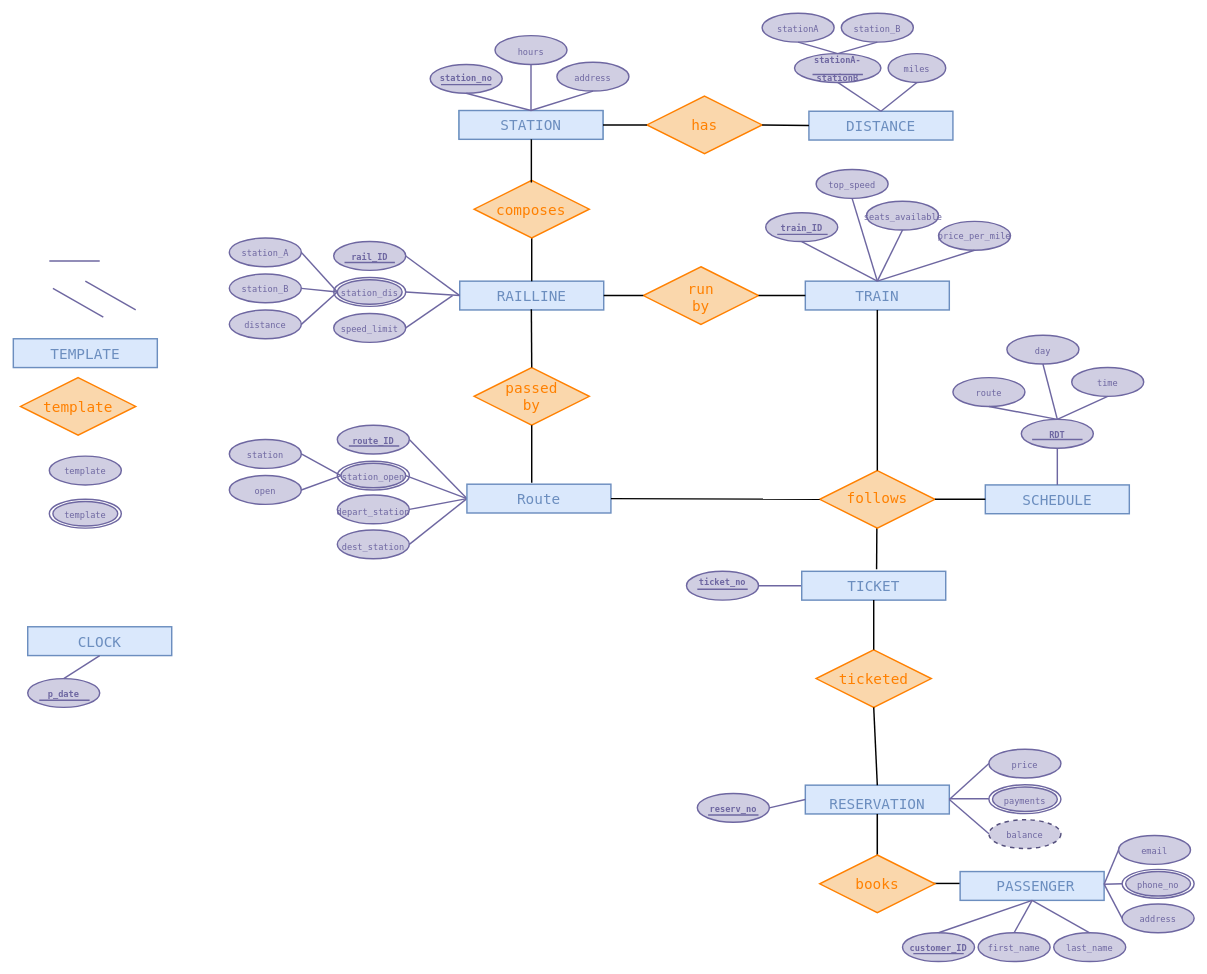
Earlier version of the draw.io diagram CostaExpress.drawio (anamok/TrainsDatabase). Source tidied: cells renumbered, new cells numbered last; positions are measured from the earlier drawing's top-left corner, leaving out a move shared by most shapes. Both pictures are drawn from the tidied source at 72%, with x=0, y=0 at pixel (13, 13).
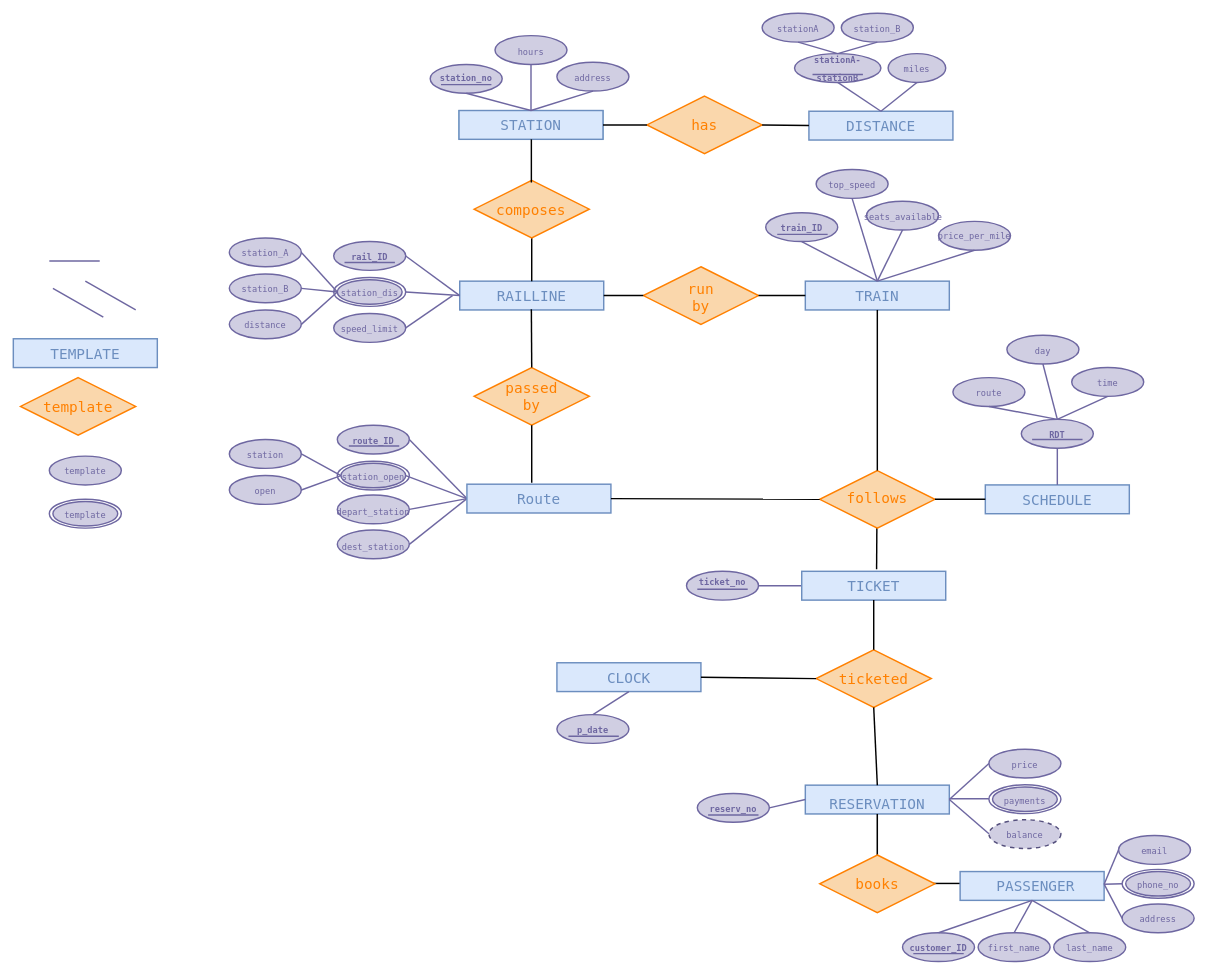
After the change.

Commit message:
brought CLOCK into the scene

The change refers to these unchanged cells:
```xml
<mxCell id="198" style="rhombus;whiteSpace=wrap;html=1;fontFamily=Lucida Console;fontSize=20;strokeWidth=2;fillColor=#fad7ac;strokeColor=#FF8000;fontStyle=1;" parent="1" vertex="1">
  <mxGeometry x="1115" y="884" width="160" height="80" as="geometry" />
</mxCell>
```

What changed in the source:
```diff
@@
     <mxCell id="122" style="rounded=0;whiteSpace=wrap;html=1;fillColor=#dae8fc;strokeColor=#6c8ebf;strokeWidth=2;" parent="1" vertex="1">
-      <mxGeometry x="20" y="852" width="200" height="40" as="geometry" />
+      <mxGeometry x="755" y="902" width="200" height="40" as="geometry" />
     </mxCell>
     <mxCell id="123" value="&lt;font style=&quot;font-size: 20px&quot; face=&quot;Lucida Console&quot; color=&quot;#6C8EBF&quot;&gt;CLOCK&lt;/font&gt;" style="text;html=1;strokeColor=none;fillColor=none;align=center;verticalAlign=middle;whiteSpace=wrap;rounded=0;" parent="1" vertex="1">
-      <mxGeometry x="90" y="857" width="60" height="30" as="geometry" />
+      <mxGeometry x="825" y="907" width="60" height="30" as="geometry" />
     </mxCell>
     <mxCell id="124" style="ellipse;whiteSpace=wrap;html=1;fontFamily=Lucida Console;fontSize=20;strokeColor=#6E67A1;strokeWidth=2;fillColor=#d0cee2;" parent="1" vertex="1">
-      <mxGeometry x="20" y="924" width="100" height="40" as="geometry" />
+      <mxGeometry x="755" y="974" width="100" height="40" as="geometry" />
     </mxCell>
     <mxCell id="125" value="&lt;b&gt;&lt;font style=&quot;font-size: 12px&quot; color=&quot;#6E67A1&quot;&gt;p_date&lt;/font&gt;&lt;/b&gt;" style="text;html=1;strokeColor=none;fillColor=none;align=center;verticalAlign=middle;whiteSpace=wrap;rounded=0;fontFamily=Lucida Console;fontSize=20;fontColor=#FF8000;" parent="1" vertex="1">
-      <mxGeometry x="40" y="936" width="60" height="12" as="geometry" />
+      <mxGeometry x="775" y="986" width="60" height="12" as="geometry" />
     </mxCell>
@@
     <mxCell id="129" style="endArrow=none;html=1;rounded=0;fontFamily=Lucida Console;fontSize=12;fontColor=#6E67A1;strokeColor=#6E67A1;strokeWidth=2;" parent="1" edge="1">
       <mxGeometry relative="1" as="geometry">
-        <mxPoint x="36" y="954" as="sourcePoint" />
-        <mxPoint x="106" y="954" as="targetPoint" />
+        <mxPoint x="771" y="1004" as="sourcePoint" />
+        <mxPoint x="841" y="1004" as="targetPoint" />
       </mxGeometry>
     </mxCell>
@@
+    <mxCell id="202" style="endArrow=none;html=1;rounded=0;fontFamily=Lucida Console;fontSize=20;fontColor=#FF8000;entryX=0;entryY=0.5;entryDx=0;entryDy=0;strokeColor=#000000;strokeWidth=2;exitX=1;exitY=0.5;exitDx=0;exitDy=0;" parent="1" edge="1" source="122" target="198">
+      <mxGeometry relative="1" as="geometry" />
+    </mxCell>
```
